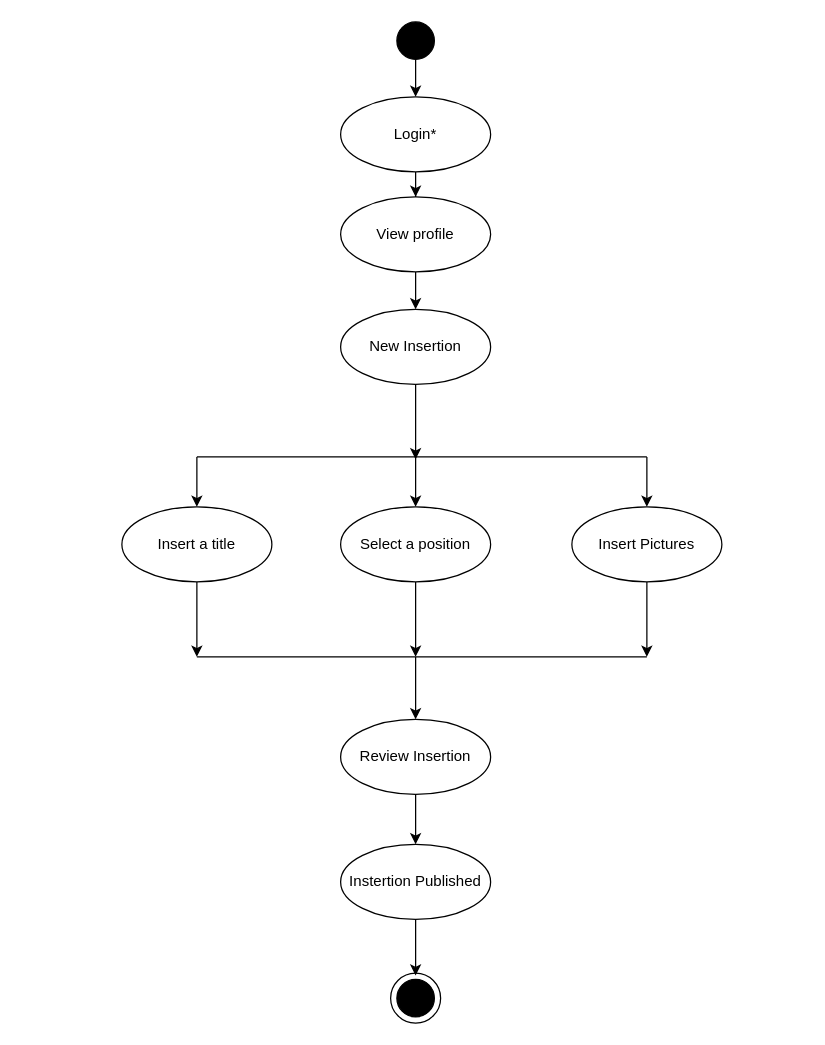
davideleoni997/ScambioUniversitario keeps this draw.io diagram as activityDiagram_New_Insertion.drawio. Above is the earlier version. Source tidied: cells renumbered, new cells numbered last; positions are measured from the earlier drawing's top-left corner, leaving out a move shared by most shapes. Both pictures are drawn from the tidied source at 125%, with x=0, y=0 at pixel (121, 21).
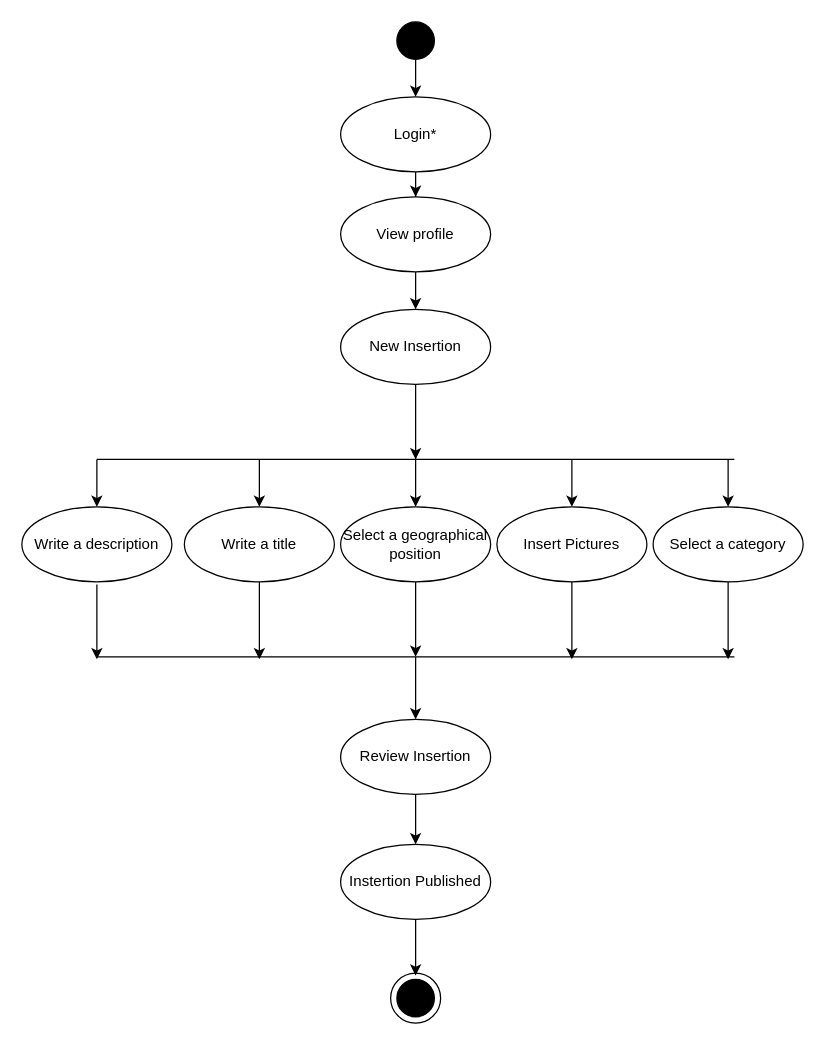
The same diagram, later.

Commit message:
--Modified simultaneous actions

What changed in the source:
```diff
@@
     <mxCell id="6" style="endArrow=none;html=1;" parent="1" edge="1">
       <mxGeometry relative="1" as="geometry">
-        <mxPoint x="60" y="348" as="sourcePoint" />
-        <mxPoint x="420" y="348" as="targetPoint" />
+        <mxPoint x="-20" y="350" as="sourcePoint" />
+        <mxPoint x="490" y="350" as="targetPoint" />
       </mxGeometry>
     </mxCell>
-    <mxCell id="7" style="edgeStyle=orthogonalEdgeStyle;rounded=0;jettySize=auto;html=1;" parent="1" edge="1" source="8">
-      <mxGeometry relative="1" as="geometry">
-        <mxPoint x="60" y="508" as="targetPoint" />
-      </mxGeometry>
-    </mxCell>
-    <mxCell id="8" value="Insert a title" style="ellipse;whiteSpace=wrap;html=1;fontFamily=Helvetica;fontSize=12;fontColor=#000000;align=center;strokeColor=#000000;fillColor=#FFFFFF;" parent="1" vertex="1">
-      <mxGeometry y="388" width="120" height="60" as="geometry" />
+    <mxCell id="8" value="Write a title" style="ellipse;whiteSpace=wrap;html=1;fontFamily=Helvetica;fontSize=12;fontColor=#000000;align=center;strokeColor=#000000;fillColor=#FFFFFF;" parent="1" vertex="1">
+      <mxGeometry x="50" y="388" width="120" height="60" as="geometry" />
     </mxCell>
-    <mxCell id="9" style="endArrow=classic;html=1;entryX=0.5;entryY=0;entryDx=0;entryDy=0;" parent="1" edge="1" target="8">
-      <mxGeometry relative="1" as="geometry">
-        <mxPoint x="60" y="348" as="sourcePoint" />
-      </mxGeometry>
-    </mxCell>
@@
-    <mxCell id="11" value="Select a position" style="ellipse;whiteSpace=wrap;html=1;fontFamily=Helvetica;fontSize=12;fontColor=#000000;align=center;strokeColor=#000000;fillColor=#FFFFFF;" parent="1" vertex="1">
+    <mxCell id="11" value="Select a geographical position" style="ellipse;whiteSpace=wrap;html=1;fontFamily=Helvetica;fontSize=12;fontColor=#000000;align=center;strokeColor=#000000;fillColor=#FFFFFF;" parent="1" vertex="1">
       <mxGeometry x="175" y="388" width="120" height="60" as="geometry" />
     </mxCell>
-    <mxCell id="12" style="edgeStyle=orthogonalEdgeStyle;rounded=0;jettySize=auto;html=1;" parent="1" edge="1" source="13">
-      <mxGeometry relative="1" as="geometry">
-        <mxPoint x="420" y="508" as="targetPoint" />
-      </mxGeometry>
-    </mxCell>
     <mxCell id="13" value="Insert Pictures" style="ellipse;whiteSpace=wrap;html=1;fontFamily=Helvetica;fontSize=12;fontColor=#000000;align=center;strokeColor=#000000;fillColor=#FFFFFF;" parent="1" vertex="1">
-      <mxGeometry x="360" y="388" width="120" height="60" as="geometry" />
+      <mxGeometry x="300" y="388" width="120" height="60" as="geometry" />
     </mxCell>
@@
-    <mxCell id="15" style="endArrow=classic;html=1;entryX=0.5;entryY=0;entryDx=0;entryDy=0;" parent="1" edge="1" target="13">
-      <mxGeometry relative="1" as="geometry">
-        <mxPoint x="420" y="348" as="sourcePoint" />
-      </mxGeometry>
-    </mxCell>
     <mxCell id="16" style="endArrow=none;html=1;" parent="1" edge="1">
       <mxGeometry relative="1" as="geometry">
-        <mxPoint x="60" y="508" as="sourcePoint" />
-        <mxPoint x="420" y="508" as="targetPoint" />
+        <mxPoint x="-20" y="508" as="sourcePoint" />
+        <mxPoint x="490" y="508" as="targetPoint" />
       </mxGeometry>
     </mxCell>
@@
+    <mxCell id="28" value="Select a category" style="ellipse;whiteSpace=wrap;html=1;fontFamily=Helvetica;fontSize=12;fontColor=#000000;align=center;strokeColor=#000000;" parent="1" vertex="1">
+      <mxGeometry x="425" y="388" width="120" height="60" as="geometry" />
+    </mxCell>
+    <mxCell id="29" value="Write a description" style="ellipse;whiteSpace=wrap;html=1;fontFamily=Helvetica;fontSize=12;fontColor=#000000;align=center;strokeColor=#000000;" parent="1" vertex="1">
+      <mxGeometry x="-80" y="388" width="120" height="60" as="geometry" />
+    </mxCell>
+    <mxCell id="30" style="endArrow=classic;html=1;entryX=0.5;entryY=0;entryDx=0;entryDy=0;" parent="1" edge="1" target="29">
+      <mxGeometry relative="1" as="geometry">
+        <mxPoint x="-20" y="350" as="sourcePoint" />
+      </mxGeometry>
+    </mxCell>
+    <mxCell id="31" style="endArrow=classic;html=1;" parent="1" edge="1">
+      <mxGeometry relative="1" as="geometry">
+        <mxPoint x="-20" y="450" as="sourcePoint" />
+        <mxPoint x="-20" y="510" as="targetPoint" />
+      </mxGeometry>
+    </mxCell>
+    <mxCell id="32" style="endArrow=classic;html=1;entryX=0.5;entryY=0;entryDx=0;entryDy=0;" parent="1" edge="1" target="8">
+      <mxGeometry relative="1" as="geometry">
+        <mxPoint x="110" y="350" as="sourcePoint" />
+      </mxGeometry>
+    </mxCell>
+    <mxCell id="33" style="endArrow=classic;html=1;exitX=0.5;exitY=1;exitDx=0;exitDy=0;" parent="1" edge="1" source="8">
+      <mxGeometry relative="1" as="geometry">
+        <mxPoint x="110" y="510" as="targetPoint" />
+      </mxGeometry>
+    </mxCell>
+    <mxCell id="34" style="endArrow=classic;html=1;entryX=0.5;entryY=0;entryDx=0;entryDy=0;" parent="1" edge="1" target="13">
+      <mxGeometry relative="1" as="geometry">
+        <mxPoint x="360" y="350" as="sourcePoint" />
+      </mxGeometry>
+    </mxCell>
+    <mxCell id="35" style="endArrow=classic;html=1;exitX=0.5;exitY=1;exitDx=0;exitDy=0;" parent="1" edge="1" source="13">
+      <mxGeometry relative="1" as="geometry">
+        <mxPoint x="360" y="510" as="targetPoint" />
+      </mxGeometry>
+    </mxCell>
+    <mxCell id="36" style="endArrow=classic;html=1;entryX=0.5;entryY=0;entryDx=0;entryDy=0;" parent="1" edge="1" target="28">
+      <mxGeometry relative="1" as="geometry">
+        <mxPoint x="485" y="350" as="sourcePoint" />
+      </mxGeometry>
+    </mxCell>
+    <mxCell id="37" style="endArrow=classic;html=1;exitX=0.5;exitY=1;exitDx=0;exitDy=0;" parent="1" edge="1" source="28">
+      <mxGeometry relative="1" as="geometry">
+        <mxPoint x="485" y="510" as="targetPoint" />
+      </mxGeometry>
+    </mxCell>
```
